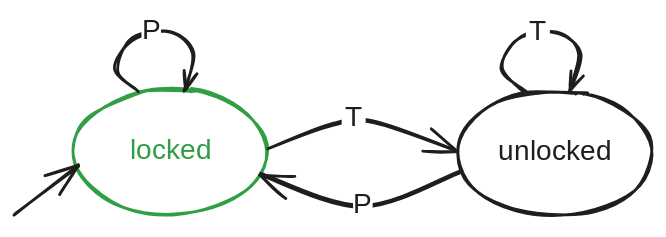
Above: notes/media/turnstyle-abstract.excalidraw.svg in vk-cs-foundations-fall-25/shared-notes (Excalidraw), before the change. Source tidied: one line per element, renumbered; positions are measured from the earlier drawing's top-left corner, leaving out a move shared by most shapes.
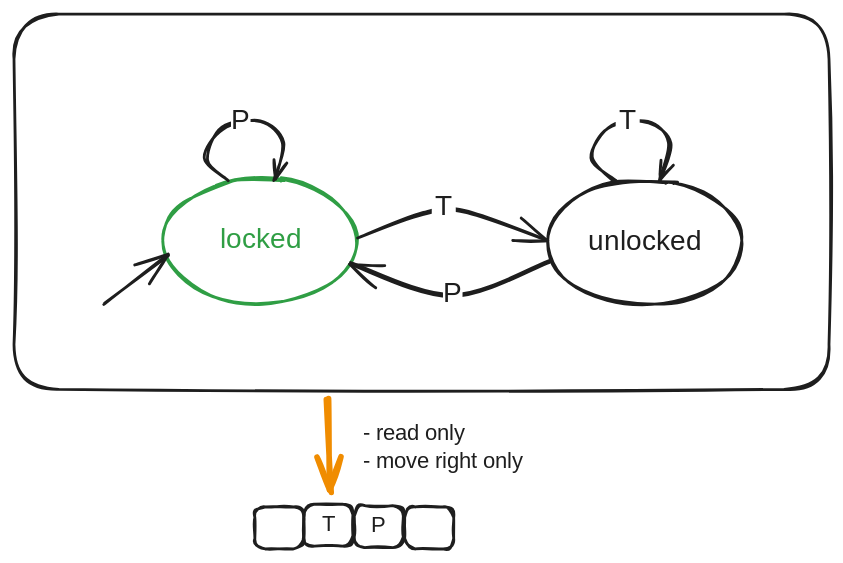
Above is the later version.

Diff of the diagram source:
```diff
@@ -11,3 +11,12 @@
 {"id": 10, "type": "arrow", "strokeColor": "#1e1e1e", "strokeWidth": 2, "roughness": 1, "endArrowhead": "arrow", "round": true, "x": 365, "y": 55, "width": 55, "height": 42, "points": [[0, 0], [-16, -16], [-4, -38], [23, -42], [39, -28], [33, 0]]}
 {"id": 11, "type": "text", "text": "T", "strokeColor": "#1e1e1e", "strokeWidth": 2, "roughness": 1, "fontSize": 20, "fontFamily": 5, "textAlign": "center", "verticalAlign": "middle", "inside": 10, "x": 365, "y": 1, "width": 17, "height": 25}
 {"id": 12, "type": "arrow", "strokeColor": "#1e1e1e", "strokeWidth": 2, "roughness": 1, "endArrowhead": "arrow", "round": true, "to": 2, "x": 0, "y": 143, "width": 45, "height": 35, "points": [[0, 0], [45, -35]]}
+{"id": 13, "type": "rectangle", "strokeColor": "#1e1e1e", "strokeWidth": 2, "roughness": 1, "round": true, "x": -65, "y": -64, "width": 582, "height": 268}
+{"id": 14, "type": "rectangle", "strokeColor": "#1e1e1e", "strokeWidth": 2, "roughness": 1, "round": true, "x": 142, "y": 286, "width": 35, "height": 30}
+{"id": 15, "type": "text", "text": "T", "strokeColor": "#1e1e1e", "strokeWidth": 2, "roughness": 1, "fontSize": 16, "fontFamily": 5, "textAlign": "center", "verticalAlign": "middle", "inside": 14, "x": 153, "y": 291, "width": 14, "height": 20}
+{"id": 16, "type": "rectangle", "strokeColor": "#1e1e1e", "strokeWidth": 2, "roughness": 1, "round": true, "x": 178, "y": 287, "width": 35, "height": 30}
+{"id": 17, "type": "text", "text": "P", "strokeColor": "#1e1e1e", "strokeWidth": 2, "roughness": 1, "fontSize": 16, "fontFamily": 5, "textAlign": "center", "verticalAlign": "middle", "inside": 16, "x": 190, "y": 292, "width": 11, "height": 20}
+{"id": 18, "type": "rectangle", "strokeColor": "#1e1e1e", "strokeWidth": 2, "roughness": 1, "round": true, "x": 214, "y": 288, "width": 35, "height": 30}
+{"id": 19, "type": "rectangle", "strokeColor": "#1e1e1e", "strokeWidth": 2, "roughness": 1, "round": true, "x": 107, "y": 288, "width": 35, "height": 30}
+{"id": 20, "type": "arrow", "strokeColor": "#f08c00", "strokeWidth": 4, "roughness": 1, "endArrowhead": "arrow", "round": true, "from": 13, "to": 14, "x": 160, "y": 211, "width": 3, "height": 66, "points": [[0, 0], [3, 66]]}
+{"id": 21, "type": "text", "text": "- read only\n- move right only", "strokeColor": "#1e1e1e", "strokeWidth": 2, "roughness": 1, "fontSize": 16, "fontFamily": 5, "x": 184, "y": 226, "width": 131, "height": 40}
```
